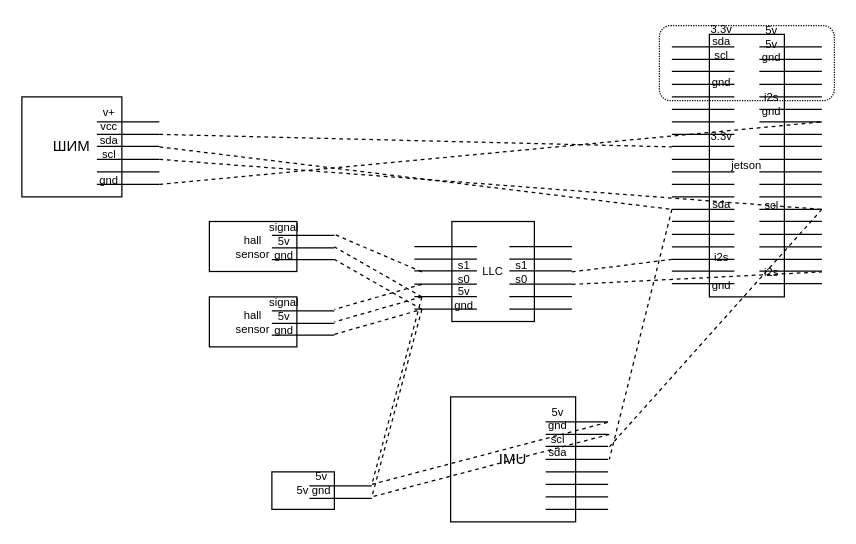
The draw.io diagram images/ballsbot t208.drawio in jumpercc/ballsbot, before the edit. Source tidied: cells renumbered, new cells numbered last; positions are measured from the earlier drawing's top-left corner, leaving out a move shared by most shapes. Both pictures are drawn from the tidied source at 125%, with x=0, y=0 at pixel (21, 25).
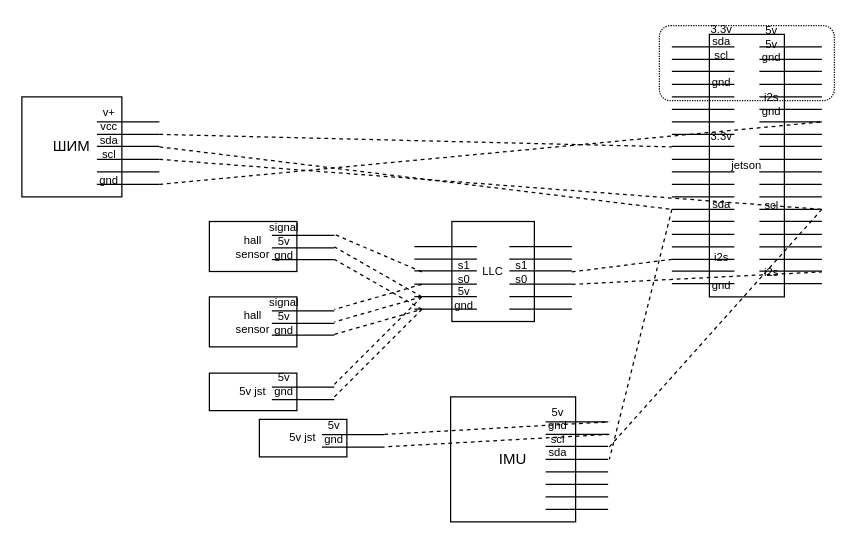
Above is the later version.

Change to the diagram source:
```diff
@@
+    <mxCell id="111" value="5v jst" style="rounded=0;whiteSpace=wrap;html=1;fontSize=9;" parent="1" vertex="1">
+      <mxGeometry x="190" y="315" width="70" height="30" as="geometry" />
+    </mxCell>
@@
     <mxCell id="90" style="endArrow=none;dashed=1;html=1;fontSize=9;" parent="1" edge="1">
       <mxGeometry relative="1" as="geometry">
         <mxPoint x="320" y="217" as="sourcePoint" />
-        <mxPoint x="280" y="367" as="targetPoint" />
+        <mxPoint x="250" y="287" as="targetPoint" />
       </mxGeometry>
     </mxCell>
     <mxCell id="91" style="endArrow=none;dashed=1;html=1;fontSize=9;" parent="1" edge="1">
       <mxGeometry relative="1" as="geometry">
         <mxPoint x="320" y="227" as="sourcePoint" />
-        <mxPoint x="280" y="377" as="targetPoint" />
+        <mxPoint x="250" y="297" as="targetPoint" />
       </mxGeometry>
     </mxCell>
@@
     <mxCell id="102" style="endArrow=none;dashed=1;html=1;fontSize=9;" parent="1" edge="1">
       <mxGeometry relative="1" as="geometry">
-        <mxPoint x="280" y="367" as="sourcePoint" />
+        <mxPoint x="290" y="327" as="sourcePoint" />
         <mxPoint x="470" y="317" as="targetPoint" />
       </mxGeometry>
     </mxCell>
     <mxCell id="103" style="endArrow=none;dashed=1;html=1;fontSize=9;" parent="1" edge="1">
       <mxGeometry relative="1" as="geometry">
         <mxPoint x="470" y="327" as="sourcePoint" />
-        <mxPoint x="280" y="377" as="targetPoint" />
+        <mxPoint x="290" y="337" as="targetPoint" />
       </mxGeometry>
     </mxCell>
@@
-    <mxCell id="106" value="5v" style="rounded=0;whiteSpace=wrap;html=1;fontSize=9;" parent="1" vertex="1">
-      <mxGeometry x="200" y="357" width="50" height="30" as="geometry" />
-    </mxCell>
     <mxCell id="107" style="endArrow=none;html=1;" parent="1" edge="1">
       <mxGeometry relative="1" as="geometry">
-        <mxPoint x="230" y="368.1" as="sourcePoint" />
-        <mxPoint x="280" y="368.1" as="targetPoint" />
+        <mxPoint x="240" y="327.1" as="sourcePoint" />
+        <mxPoint x="290" y="327.1" as="targetPoint" />
       </mxGeometry>
     </mxCell>
     <mxCell id="108" style="endArrow=none;html=1;" parent="1" edge="1">
       <mxGeometry relative="1" as="geometry">
-        <mxPoint x="230" y="378.1" as="sourcePoint" />
-        <mxPoint x="280" y="378.1" as="targetPoint" />
+        <mxPoint x="240" y="337.1" as="sourcePoint" />
+        <mxPoint x="290" y="337.1" as="targetPoint" />
         <Array as="points">
-          <mxPoint x="250" y="378.1" />
+          <mxPoint x="260" y="337.1" />
         </Array>
       </mxGeometry>
     </mxCell>
     <mxCell id="109" value="5v&lt;br style=&quot;font-size: 9px&quot;&gt;gnd" style="text;html=1;strokeColor=none;fillColor=none;align=center;verticalAlign=middle;whiteSpace=wrap;rounded=0;fontSize=9;" parent="1" vertex="1">
-      <mxGeometry x="220" y="356" width="40" height="20" as="geometry" />
+      <mxGeometry x="230" y="315" width="40" height="20" as="geometry" />
     </mxCell>
@@
+    <mxCell id="112" value="5v jst" style="rounded=0;whiteSpace=wrap;html=1;fontSize=9;" parent="1" vertex="1">
+      <mxGeometry x="150" y="278" width="70" height="30" as="geometry" />
+    </mxCell>
+    <mxCell id="113" style="endArrow=none;html=1;" parent="1" edge="1">
+      <mxGeometry relative="1" as="geometry">
+        <mxPoint x="200" y="289.1" as="sourcePoint" />
+        <mxPoint x="250" y="289.1" as="targetPoint" />
+      </mxGeometry>
+    </mxCell>
+    <mxCell id="114" style="endArrow=none;html=1;" parent="1" edge="1">
+      <mxGeometry relative="1" as="geometry">
+        <mxPoint x="200" y="299.1" as="sourcePoint" />
+        <mxPoint x="250" y="299.1" as="targetPoint" />
+        <Array as="points">
+          <mxPoint x="220" y="299.1" />
+        </Array>
+      </mxGeometry>
+    </mxCell>
+    <mxCell id="115" value="5v&lt;br style=&quot;font-size: 9px&quot;&gt;gnd" style="text;html=1;strokeColor=none;fillColor=none;align=center;verticalAlign=middle;whiteSpace=wrap;rounded=0;fontSize=9;" parent="1" vertex="1">
+      <mxGeometry x="190" y="277" width="40" height="20" as="geometry" />
+    </mxCell>
```
